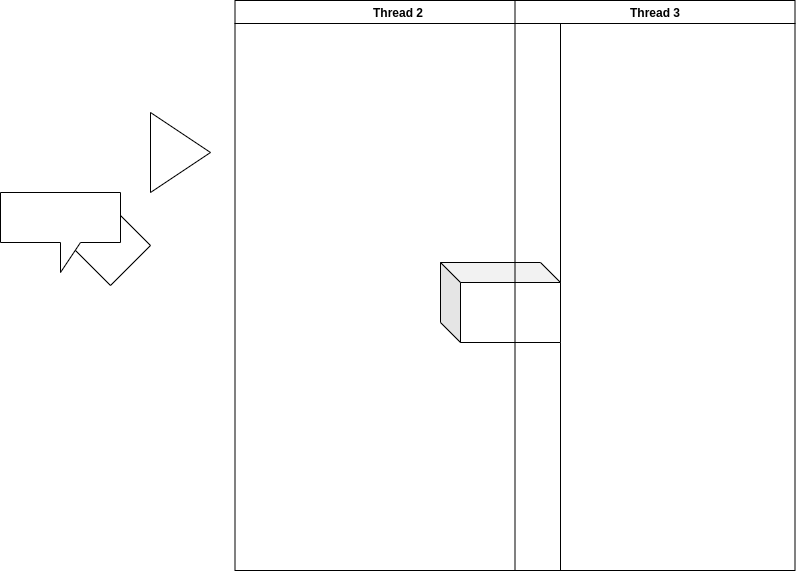
The draw.io diagram Untitled Diagram.png in intererting/draw_io_backend, before a commit. Source tidied: cells renumbered, new cells last; positions are measured from the earlier drawing's top-left corner, leaving out a move shared by most shapes.
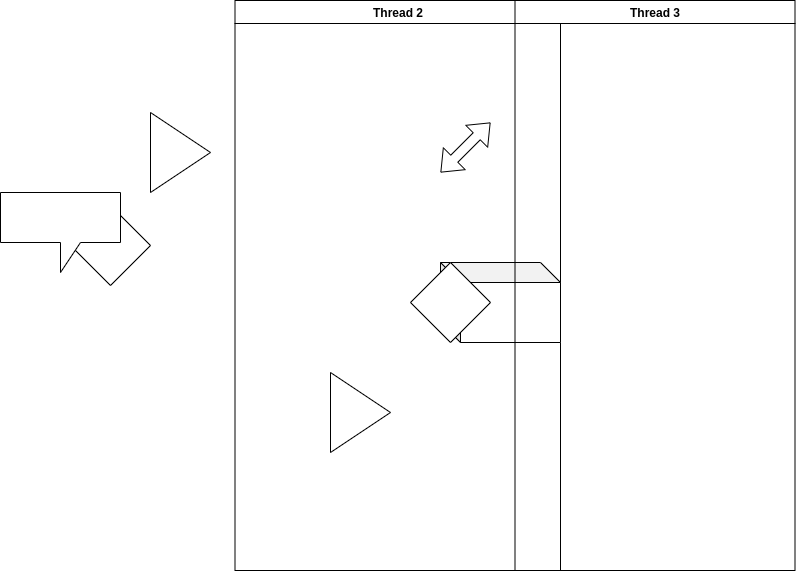
After the change.

The edit, as a diff of the source:
```diff
@@ -8,6 +8,18 @@
     <mxCell id="3" style="shape=cube;whiteSpace=wrap;html=1;boundedLbl=1;backgroundOutline=1;darkOpacity=0.05;darkOpacity2=0.1;" parent="2" vertex="1">
       <mxGeometry x="205.5" y="262" width="120" height="80" as="geometry" />
     </mxCell>
+    <mxCell id="8" style="rhombus;whiteSpace=wrap;html=1;" parent="2" vertex="1">
+      <mxGeometry x="175.5" y="262" width="80" height="80" as="geometry" />
+    </mxCell>
+    <mxCell id="9" style="triangle;whiteSpace=wrap;html=1;" parent="2" vertex="1">
+      <mxGeometry x="95.5" y="372" width="60" height="80" as="geometry" />
+    </mxCell>
+    <mxCell id="10" style="shape=flexArrow;endArrow=classic;startArrow=classic;html=1;" parent="2" edge="1">
+      <mxGeometry relative="1" as="geometry">
+        <mxPoint x="205.5" y="172" as="sourcePoint" />
+        <mxPoint x="255.5" y="122" as="targetPoint" />
+      </mxGeometry>
+    </mxCell>
     <mxCell id="4" value="Thread 3" style="swimlane;whiteSpace=wrap;" parent="1" vertex="1">
       <mxGeometry x="514.5" width="280" height="570" as="geometry" />
     </mxCell>
```
